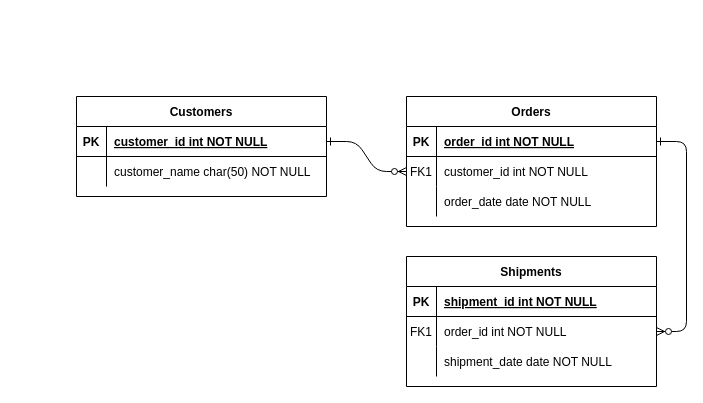
Above: ERD.drawio in otisng/webdesign (draw.io), before the change. Source tidied: cells renumbered, new cells numbered last; positions are measured from the earlier drawing's top-left corner, leaving out a move shared by most shapes. Both pictures are drawn from the tidied source at 100%, with x=0, y=0 at pixel (76, 96).
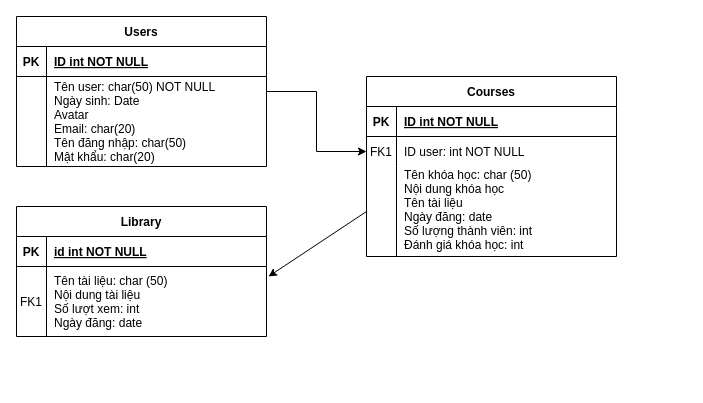
The same diagram, later.

Unchanged cells that the change refers to:
```xml
<mxCell id="5" style="shape=partialRectangle;fillColor=none;points=[[0,0.5],[1,0.5]];portConstraint=eastwest;top=0;left=0;right=0;bottom=1;" parent="4" vertex="1">
  <mxGeometry y="30" width="250" height="30" as="geometry" />
</mxCell>
<mxCell id="8" style="shape=partialRectangle;fillColor=none;points=[[0,0.5],[1,0.5]];portConstraint=eastwest;top=0;left=0;right=0;bottom=0;" parent="4" vertex="1">
  <mxGeometry y="60" width="250" height="30" as="geometry" />
</mxCell>
<mxCell id="15" style="shape=partialRectangle;fillColor=none;top=0;left=0;right=0;bottom=1;" parent="14" vertex="1">
  <mxGeometry y="30" width="250" height="30" as="geometry" />
</mxCell>
<mxCell id="25" style="shape=partialRectangle;fillColor=none;points=[[0,0.5],[1,0.5]];portConstraint=eastwest;top=0;left=0;right=0;bottom=1;" parent="24" vertex="1">
  <mxGeometry y="30" width="250" height="30" as="geometry" />
</mxCell>
```

Change to the diagram source:
```diff
@@
-    <mxCell id="2" style="edgeStyle=entityRelationEdgeStyle;endArrow=ERzeroToMany;startArrow=ERone;endFill=1;startFill=0;" parent="1" edge="1" source="25" target="8">
-      <mxGeometry relative="1" as="geometry" />
-    </mxCell>
-    <mxCell id="3" style="edgeStyle=entityRelationEdgeStyle;endArrow=ERzeroToMany;startArrow=ERone;endFill=1;startFill=0;" parent="1" edge="1" source="5" target="18">
-      <mxGeometry relative="1" as="geometry" />
-    </mxCell>
-    <mxCell id="4" value="Orders" style="shape=table;startSize=30;childLayout=tableLayout;rowLines=0;fontStyle=1;align=center;" parent="1" vertex="1">
-      <mxGeometry x="330" width="250" height="130" as="geometry" />
+    <mxCell id="4" value="Courses" style="shape=table;startSize=30;childLayout=tableLayout;rowLines=0;fontStyle=1;align=center;" parent="1" vertex="1">
+      <mxGeometry x="290" y="-20" width="250" height="180" as="geometry" />
     </mxCell>
@@
-    <mxCell id="7" value="order_id int NOT NULL " style="shape=partialRectangle;overflow=hidden;fillColor=none;top=0;left=0;bottom=0;right=0;align=left;spacingLeft=6;fontStyle=5;" parent="5" vertex="1">
+    <mxCell id="7" value="ID int NOT NULL " style="shape=partialRectangle;overflow=hidden;fillColor=none;top=0;left=0;bottom=0;right=0;align=left;spacingLeft=6;fontStyle=5;" parent="5" vertex="1">
       <mxGeometry x="30" width="220" height="30" as="geometry" />
     </mxCell>
@@
-    <mxCell id="10" value="customer_id int NOT NULL" style="shape=partialRectangle;overflow=hidden;fillColor=none;top=0;left=0;bottom=0;right=0;align=left;spacingLeft=6;" parent="8" vertex="1">
+    <mxCell id="10" value="ID user: int NOT NULL" style="shape=partialRectangle;overflow=hidden;fillColor=none;top=0;left=0;bottom=0;right=0;align=left;spacingLeft=6;" parent="8" vertex="1">
       <mxGeometry x="30" width="220" height="30" as="geometry" />
     </mxCell>
     <mxCell id="11" style="shape=partialRectangle;fillColor=none;points=[[0,0.5],[1,0.5]];portConstraint=eastwest;top=0;left=0;right=0;bottom=0;" parent="4" vertex="1">
-      <mxGeometry y="90" width="250" height="30" as="geometry" />
+      <mxGeometry y="90" width="250" height="90" as="geometry" />
     </mxCell>
     <mxCell id="12" style="shape=partialRectangle;overflow=hidden;fillColor=none;top=0;left=0;bottom=0;right=0;" parent="11" vertex="1">
-      <mxGeometry width="30" height="30" as="geometry" />
+      <mxGeometry width="30" height="90" as="geometry" />
     </mxCell>
-    <mxCell id="13" value="order_date date NOT NULL" style="shape=partialRectangle;overflow=hidden;fillColor=none;top=0;left=0;bottom=0;right=0;align=left;spacingLeft=6;" parent="11" vertex="1">
-      <mxGeometry x="30" width="220" height="30" as="geometry" />
+    <mxCell id="13" value="Tên khóa học: char (50)&#10;Nội dung khóa học&#10;Tên tài liệu&#10;Ngày đăng: date&#10;Số lượng thành viên: int&#10;Đánh giá khóa học: int&#10;" style="shape=partialRectangle;overflow=hidden;fillColor=none;top=0;left=0;bottom=0;right=0;align=left;spacingLeft=6;" parent="11" vertex="1">
+      <mxGeometry x="30" width="220" height="90" as="geometry" />
     </mxCell>
-    <mxCell id="14" value="Shipments" style="shape=table;startSize=30;childLayout=tableLayout;rowLines=0;fontStyle=1;align=center;" parent="1" vertex="1">
-      <mxGeometry x="330" y="160" width="250" height="130" as="geometry" />
+    <mxCell id="14" value="Library" style="shape=table;startSize=30;childLayout=tableLayout;rowLines=0;fontStyle=1;align=center;" parent="1" vertex="1">
+      <mxGeometry x="-60" y="110" width="250" height="130" as="geometry" />
     </mxCell>
@@
-    <mxCell id="17" value="shipment_id int NOT NULL " style="shape=partialRectangle;overflow=hidden;fillColor=none;top=0;left=0;bottom=0;right=0;align=left;spacingLeft=6;fontStyle=5;" parent="15" vertex="1">
+    <mxCell id="17" value="id int NOT NULL " style="shape=partialRectangle;overflow=hidden;fillColor=none;top=0;left=0;bottom=0;right=0;align=left;spacingLeft=6;fontStyle=5;" parent="15" vertex="1">
       <mxGeometry x="30" width="220" height="30" as="geometry" />
     </mxCell>
     <mxCell id="18" style="shape=partialRectangle;fillColor=none;points=[[0,0.5],[1,0.5]];portConstraint=eastwest;top=0;left=0;right=0;bottom=0;" parent="14" vertex="1">
-      <mxGeometry y="60" width="250" height="30" as="geometry" />
+      <mxGeometry y="60" width="250" height="70" as="geometry" />
     </mxCell>
     <mxCell id="19" value="FK1" style="shape=partialRectangle;overflow=hidden;fillColor=none;top=0;left=0;bottom=0;right=0;" parent="18" vertex="1">
-      <mxGeometry width="30" height="30" as="geometry" />
+      <mxGeometry width="30" height="70" as="geometry" />
     </mxCell>
-    <mxCell id="20" value="order_id int NOT NULL" style="shape=partialRectangle;overflow=hidden;fillColor=none;top=0;left=0;bottom=0;right=0;align=left;spacingLeft=6;" parent="18" vertex="1">
-      <mxGeometry x="30" width="220" height="30" as="geometry" />
+    <mxCell id="20" value="Tên tài liệu: char (50)&#10;Nội dung tài liệu&#10;Số lượt xem: int&#10;Ngày đăng: date" style="shape=partialRectangle;overflow=hidden;fillColor=none;top=0;left=0;bottom=0;right=0;align=left;spacingLeft=6;" parent="18" vertex="1">
+      <mxGeometry x="30" width="220" height="70" as="geometry" />
     </mxCell>
-    <mxCell id="21" style="shape=partialRectangle;fillColor=none;top=0;left=0;right=0;bottom=0;" parent="14" vertex="1">
-      <mxGeometry y="90" width="250" height="30" as="geometry" />
-    </mxCell>
-    <mxCell id="22" style="shape=partialRectangle;overflow=hidden;fillColor=none;top=0;left=0;bottom=0;right=0;" parent="21" vertex="1">
-      <mxGeometry width="30" height="30" as="geometry" />
-    </mxCell>
-    <mxCell id="23" value="shipment_date date NOT NULL" style="shape=partialRectangle;overflow=hidden;fillColor=none;top=0;left=0;bottom=0;right=0;align=left;spacingLeft=6;" parent="21" vertex="1">
-      <mxGeometry x="30" width="220" height="30" as="geometry" />
-    </mxCell>
+    <mxCell id="31" style="edgeStyle=orthogonalEdgeStyle;rounded=0;jettySize=auto;html=1;" parent="1" edge="1" source="24" target="8">
+      <mxGeometry relative="1" as="geometry" />
+    </mxCell>
-    <mxCell id="24" value="Customers" style="shape=table;startSize=30;childLayout=tableLayout;rowLines=0;fontStyle=1;align=center;" parent="1" vertex="1">
-      <mxGeometry width="250" height="100" as="geometry" />
+    <mxCell id="24" value="Users" style="shape=table;startSize=30;childLayout=tableLayout;rowLines=0;fontStyle=1;align=center;" parent="1" vertex="1">
+      <mxGeometry x="-60" y="-80" width="250" height="150" as="geometry" />
     </mxCell>
@@
-    <mxCell id="27" value="customer_id int NOT NULL " style="shape=partialRectangle;overflow=hidden;fillColor=none;top=0;left=0;bottom=0;right=0;align=left;spacingLeft=6;fontStyle=5;" parent="25" vertex="1">
+    <mxCell id="27" value="ID int NOT NULL " style="shape=partialRectangle;overflow=hidden;fillColor=none;top=0;left=0;bottom=0;right=0;align=left;spacingLeft=6;fontStyle=5;" parent="25" vertex="1">
       <mxGeometry x="30" width="220" height="30" as="geometry" />
     </mxCell>
     <mxCell id="28" style="shape=partialRectangle;fillColor=none;top=0;left=0;right=0;bottom=0;" parent="24" vertex="1">
-      <mxGeometry y="60" width="250" height="30" as="geometry" />
+      <mxGeometry y="60" width="250" height="90" as="geometry" />
     </mxCell>
     <mxCell id="29" style="shape=partialRectangle;overflow=hidden;fillColor=none;top=0;left=0;bottom=0;right=0;" parent="28" vertex="1">
-      <mxGeometry width="30" height="30" as="geometry" />
+      <mxGeometry width="30" height="90" as="geometry" />
     </mxCell>
-    <mxCell id="30" value="customer_name char(50) NOT NULL" style="shape=partialRectangle;overflow=hidden;fillColor=none;top=0;left=0;bottom=0;right=0;align=left;spacingLeft=6;" parent="28" vertex="1">
-      <mxGeometry x="30" width="220" height="30" as="geometry" />
+    <mxCell id="30" value="Tên user: char(50) NOT NULL&#10;Ngày sinh: Date&#10;Avatar&#10;Email: char(20)&#10;Tên đăng nhập: char(50)&#10;Mật khẩu: char(20)" style="shape=partialRectangle;overflow=hidden;fillColor=none;top=0;left=0;bottom=0;right=0;align=left;spacingLeft=6;" parent="28" vertex="1">
+      <mxGeometry x="30" width="220" height="90" as="geometry" />
     </mxCell>
+    <mxCell id="32" style="endArrow=classic;html=1;rounded=0;exitX=0;exitY=0.5;exitDx=0;exitDy=0;entryX=1.008;entryY=0.143;entryDx=0;entryDy=0;entryPerimeter=0;" parent="1" edge="1" source="11" target="18">
+      <mxGeometry relative="1" as="geometry" />
+    </mxCell>
```
